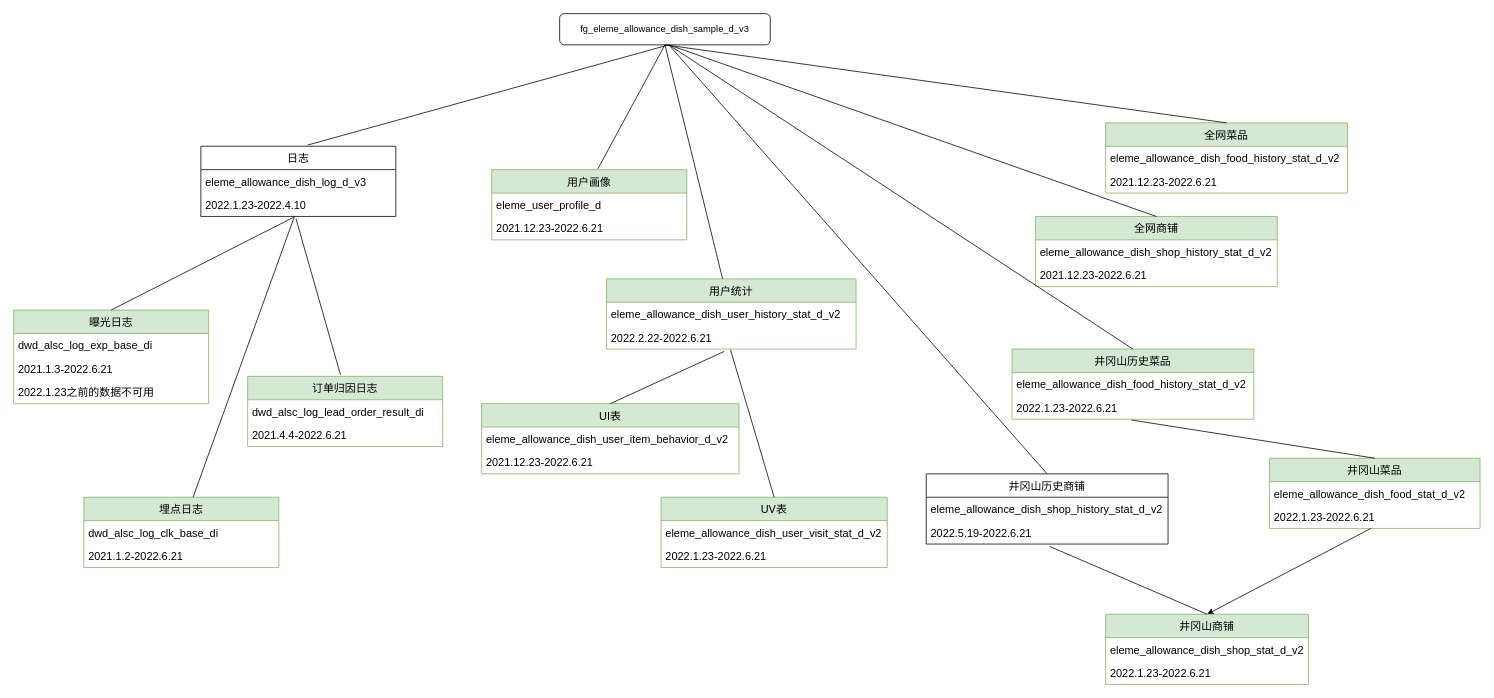
The draw.io diagram Untitled Diagram.drawio in Xiaohu-D/-, before the edit. Source tidied: cells renumbered, new cells numbered last; positions are measured from the earlier drawing's top-left corner, leaving out a move shared by most shapes. Both pictures are drawn from the tidied source at 78%, with x=0, y=0 at pixel (13, 13).
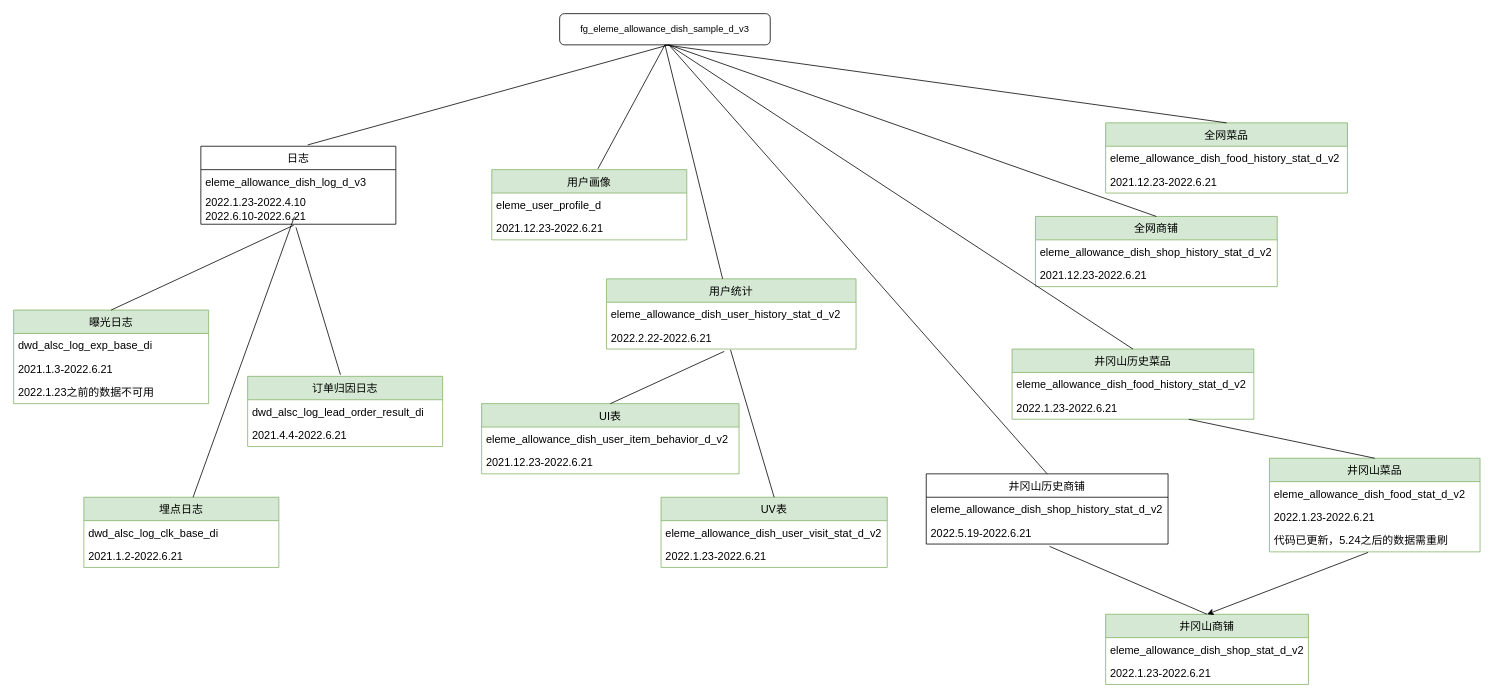
The same page after the edit.

The change refers to these unchanged cells:
```xml
<mxCell id="8" value="2022.1.23-2022.6.21" style="text;strokeColor=none;fillColor=none;align=left;verticalAlign=middle;spacingLeft=4;spacingRight=4;overflow=hidden;points=[[0,0.5],[1,0.5]];portConstraint=eastwest;fontSize=14;" parent="6" vertex="1">
  <mxGeometry y="60" width="310" height="30" as="geometry" />
</mxCell>
<mxCell id="56" value="井冈山商铺" style="swimlane;fontStyle=0;horizontal=1;startSize=30;fontSize=14;fillColor=#d5e8d4;strokeColor=#82b366;" parent="1" vertex="1">
  <mxGeometry x="1400" y="770" width="260" height="90" as="geometry" />
</mxCell>
```

What changed in the source:
```diff
@@
     <mxCell id="3" value="日志" style="swimlane;fontStyle=0;horizontal=1;startSize=30;fontSize=14;" parent="1" vertex="1">
-      <mxGeometry x="240" y="170" width="250" height="90" as="geometry" />
+      <mxGeometry x="240" y="170" width="250" height="100" as="geometry" />
     </mxCell>
@@
-    <mxCell id="5" value="2022.1.23-2022.4.10" style="text;strokeColor=none;fillColor=none;align=left;verticalAlign=middle;spacingLeft=4;spacingRight=4;overflow=hidden;points=[[0,0.5],[1,0.5]];portConstraint=eastwest;fontSize=14;" parent="3" vertex="1">
-      <mxGeometry y="60" width="250" height="30" as="geometry" />
+    <mxCell id="5" value="2022.1.23-2022.4.10&#10;2022.6.10-2022.6.21" style="text;strokeColor=none;fillColor=none;align=left;verticalAlign=middle;spacingLeft=4;spacingRight=4;overflow=hidden;points=[[0,0.5],[1,0.5]];portConstraint=eastwest;fontSize=14;" parent="3" vertex="1">
+      <mxGeometry y="60" width="250" height="40" as="geometry" />
     </mxCell>
@@
     <mxCell id="52" value="井冈山菜品" style="swimlane;fontStyle=0;horizontal=1;startSize=30;fontSize=14;fillColor=#d5e8d4;strokeColor=#82b366;" parent="1" vertex="1">
-      <mxGeometry x="1610" y="570" width="270" height="90" as="geometry" />
+      <mxGeometry x="1610" y="570" width="270" height="120" as="geometry" />
     </mxCell>
@@
-    <mxCell id="54" style="endArrow=classic;html=1;rounded=0;entryX=0.5;entryY=0;entryDx=0;entryDy=0;" parent="52" edge="1" target="56">
-      <mxGeometry relative="1" as="geometry">
-        <mxPoint x="130" y="90" as="sourcePoint" />
-      </mxGeometry>
-    </mxCell>
@@
+    <mxCell id="61" value="代码已更新，5.24之后的数据需重刷" style="text;strokeColor=none;fillColor=none;align=left;verticalAlign=middle;spacingLeft=4;spacingRight=4;overflow=hidden;points=[[0,0.5],[1,0.5]];portConstraint=eastwest;fontSize=14;" parent="52" vertex="1">
+      <mxGeometry y="90" width="270" height="30" as="geometry" />
+    </mxCell>
@@
-    <mxCell id="59" style="endArrow=none;html=1;rounded=0;entryX=0.494;entryY=1.033;entryDx=0;entryDy=0;entryPerimeter=0;exitX=0.5;exitY=0;exitDx=0;exitDy=0;" parent="1" edge="1" source="52" target="8">
+    <mxCell id="59" style="endArrow=none;html=1;rounded=0;exitX=0.5;exitY=0;exitDx=0;exitDy=0;" parent="1" edge="1" source="52" target="8">
       <mxGeometry relative="1" as="geometry" />
     </mxCell>
@@
+    <mxCell id="54" style="endArrow=classic;html=1;rounded=0;entryX=0.5;entryY=0;entryDx=0;entryDy=0;exitX=0.468;exitY=1.025;exitDx=0;exitDy=0;exitPerimeter=0;" parent="1" edge="1" source="61" target="56">
+      <mxGeometry relative="1" as="geometry" />
+    </mxCell>
```
